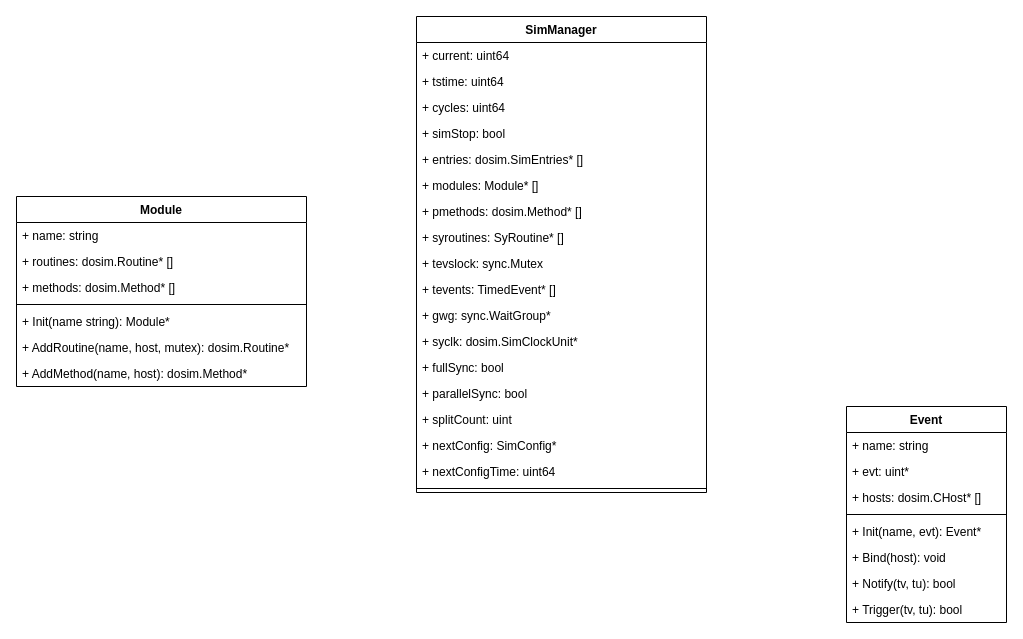
This is scgo.drawio from Dercury/CLDK, a draw.io file, before an edit. Source tidied: cells renumbered, new cells numbered last; positions are measured from the earlier drawing's top-left corner, leaving out a move shared by most shapes. Both pictures are drawn from the tidied source at 100%, with x=0, y=0 at pixel (16, 16).
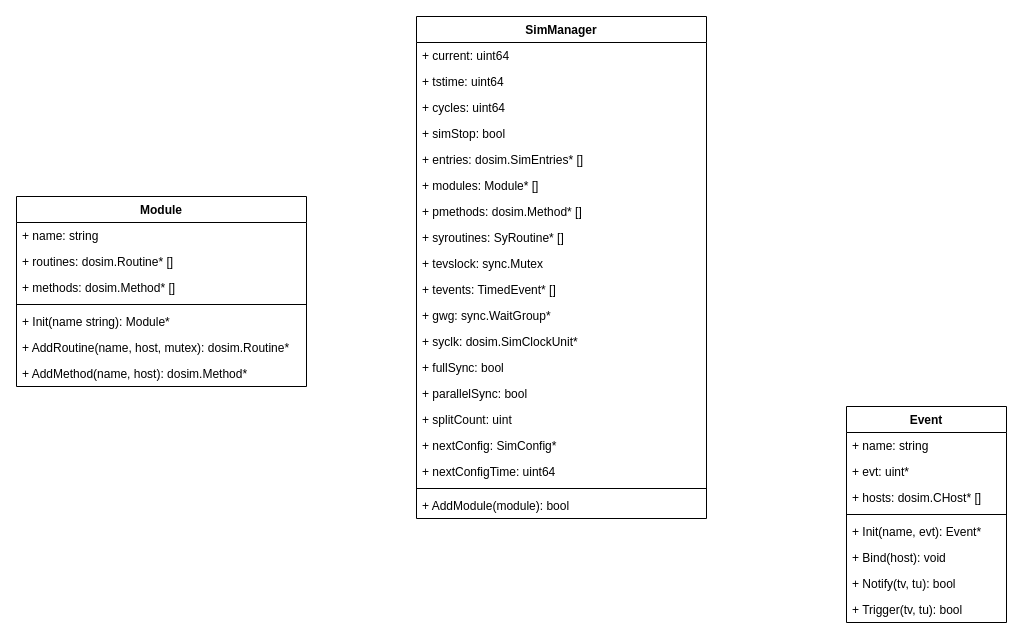
The same page after the edit.

What changed in the source:
```diff
@@
     <mxCell id="19" value="SimManager" style="swimlane;fontStyle=1;align=center;verticalAlign=top;horizontal=1;startSize=26;" parent="1" vertex="1">
-      <mxGeometry x="400" width="290" height="476" as="geometry" />
+      <mxGeometry x="400" width="290" height="502" as="geometry" />
     </mxCell>
@@
+    <mxCell id="38" value="+ AddModule(module): bool" style="text;strokeColor=none;fillColor=none;align=left;verticalAlign=top;spacingLeft=4;spacingRight=4;overflow=hidden;" parent="19" vertex="1">
+      <mxGeometry y="476" width="290" height="26" as="geometry" />
+    </mxCell>
```
